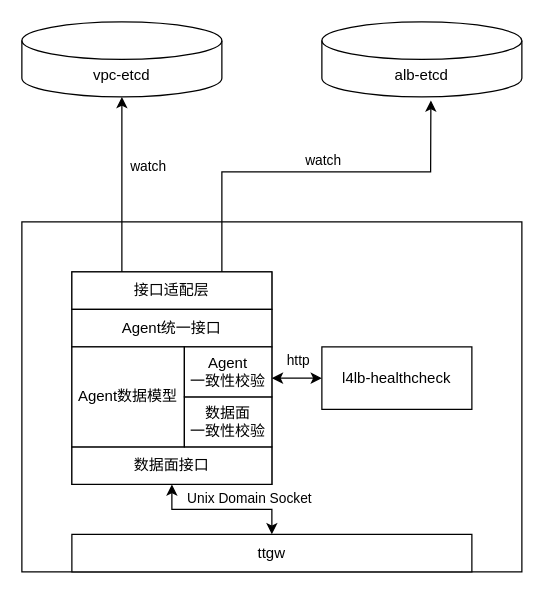
MengJie/design keeps this draw.io diagram as LBL4.drawio. Above is the earlier version. Source tidied: cells renumbered, new cells numbered last; positions are measured from the earlier drawing's top-left corner, leaving out a move shared by most shapes. Both pictures are drawn from the tidied source at 125%, with x=0, y=0 at pixel (21, 21).
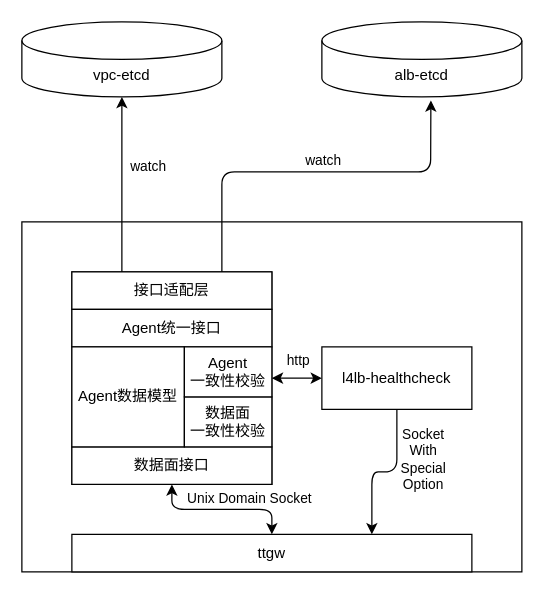
The same page after the edit.

Unchanged cells that the change refers to:
```xml
<mxCell id="4" value="alb-etcd" style="shape=cylinder3;whiteSpace=wrap;html=1;boundedLbl=1;backgroundOutline=1;size=15;rounded=0;" parent="1" vertex="1">
  <mxGeometry x="240" width="160" height="60" as="geometry" />
</mxCell>
<mxCell id="6" value="l4lb-healthcheck" style="rounded=0;whiteSpace=wrap;html=1;" parent="1" vertex="1">
  <mxGeometry x="240" y="260" width="120" height="50" as="geometry" />
</mxCell>
<mxCell id="7" value="ttgw" style="rounded=0;whiteSpace=wrap;html=1;" parent="1" vertex="1">
  <mxGeometry x="40" y="410" width="320" height="30" as="geometry" />
</mxCell>
<mxCell id="8" value="接口适配层" style="rounded=0;whiteSpace=wrap;html=1;" parent="1" vertex="1">
  <mxGeometry x="40" y="200" width="160" height="30" as="geometry" />
</mxCell>
<mxCell id="9" value="数据面接口" style="rounded=0;whiteSpace=wrap;html=1;" parent="1" vertex="1">
  <mxGeometry x="40" y="340" width="160" height="30" as="geometry" />
</mxCell>
```

Change to the diagram source:
```diff
@@
-    <mxCell id="16" style="endArrow=classic;html=1;rounded=0;exitX=0.75;exitY=0;exitDx=0;exitDy=0;entryX=0.545;entryY=1.047;entryDx=0;entryDy=0;entryPerimeter=0;" parent="1" edge="1" source="8" target="4">
+    <mxCell id="16" style="endArrow=classic;html=1;exitX=0.75;exitY=0;exitDx=0;exitDy=0;entryX=0.545;entryY=1.047;entryDx=0;entryDy=0;entryPerimeter=0;rounded=1;" parent="1" edge="1" source="8" target="4">
       <mxGeometry relative="1" as="geometry">
         <Array as="points">
           <mxPoint x="160" y="120" />
           <mxPoint x="327" y="120" />
         </Array>
       </mxGeometry>
     </mxCell>
@@
-    <mxCell id="20" style="endArrow=classic;html=1;rounded=0;exitX=0.5;exitY=1;exitDx=0;exitDy=0;entryX=0.5;entryY=0;entryDx=0;entryDy=0;startArrow=classic;startFill=1;" parent="1" edge="1" source="9" target="7">
+    <mxCell id="20" style="endArrow=classic;html=1;exitX=0.5;exitY=1;exitDx=0;exitDy=0;entryX=0.5;entryY=0;entryDx=0;entryDy=0;startArrow=classic;startFill=1;rounded=1;" parent="1" edge="1" source="9" target="7">
       <mxGeometry relative="1" as="geometry">
         <Array as="points">
           <mxPoint x="120" y="390" />
           <mxPoint x="200" y="390" />
         </Array>
       </mxGeometry>
     </mxCell>
@@
+    <mxCell id="22" style="endArrow=classic;html=1;entryX=0.75;entryY=0;entryDx=0;entryDy=0;exitX=0.5;exitY=1;exitDx=0;exitDy=0;rounded=1;" parent="1" edge="1" source="6" target="7">
+      <mxGeometry relative="1" as="geometry">
+        <Array as="points">
+          <mxPoint x="300" y="360" />
+          <mxPoint x="280" y="360" />
+        </Array>
+      </mxGeometry>
+    </mxCell>
+    <mxCell id="23" value="Socket&lt;br&gt;With&lt;br&gt;Special&lt;br&gt;Option" style="edgeLabel;html=1;align=center;verticalAlign=middle;" parent="22" vertex="1">
+      <mxGeometry x="-0.41" y="-1" relative="1" as="geometry">
+        <mxPoint x="21" y="4" as="offset" />
+      </mxGeometry>
+    </mxCell>
```
